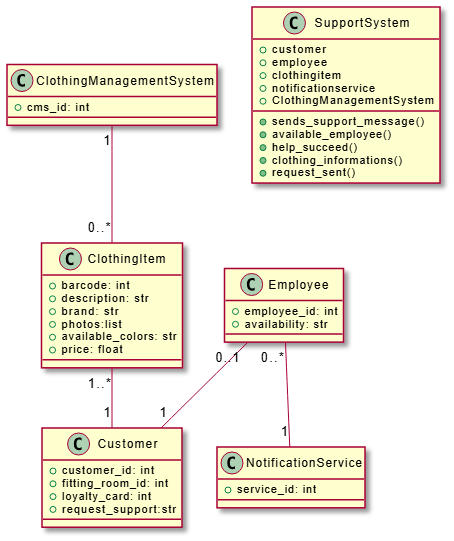
Earlier version of the PlantUML export Diagrams/class.png (ap25015-source/efp1-2025-assignment-team18). Its source is kept beside it as Diagrams/class.puml. Its diagram source:
```plantuml
@startuml class
class Customer {
  +customer_id: int
  +fitting_room_id: int
  +loyalty_card: int
  +request_support:str
}

class Employee {
  +employee_id: int
  +availability: str
}

class ClothingItem {
  +barcode: int
  +description: str
  +brand: str
  +photos:list
  +available_colors: str
  +price: float
}

class NotificationService {
  +service_id: int
}

class ClothingManagementSystem {
  +cms_id: int
}

class SupportSystem {
  +customer
  +employee
  +clothingitem
  +notificationservice
  +ClothingManagementSystem
  +sends_support_message()
  +available_employee()
  +help_succeed()
  +clothing_informations()
  +request_sent()
}

ClothingItem "1..*" -- "1" Customer
Employee "0..1" -- "1" Customer
Employee "0..*" -- "1" NotificationService
 ClothingManagementSystem "1" -- "0..*" ClothingItem
@enduml
```
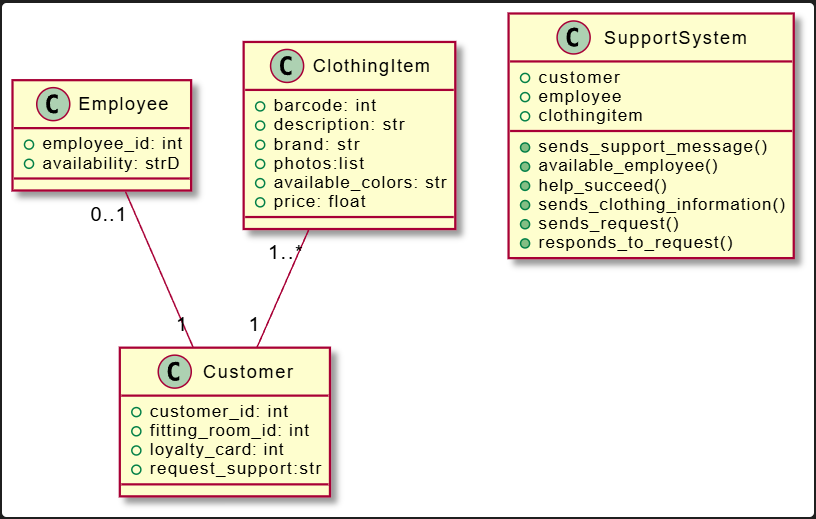
The same file after the commit.

What changed in the source:
```diff
@@ -20,29 +20,18 @@
   +price: float
 }
 
-class NotificationService {
-  +service_id: int
-}
-
-class ClothingManagementSystem {
-  +cms_id: int
-}
-
 class SupportSystem {
   +customer
   +employee
   +clothingitem
-  +notificationservice
-  +ClothingManagementSystem
   +sends_support_message()
   +available_employee()
   +help_succeed()
-  +clothing_informations()
-  +request_sent()
+  +sends_clothing_information()
+  +sends_request()
+  +responds_to_request()
 }
 
 ClothingItem "1..*" -- "1" Customer
 Employee "0..1" -- "1" Customer
-Employee "0..*" -- "1" NotificationService
- ClothingManagementSystem "1" -- "0..*" ClothingItem
 @enduml
```
